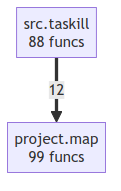
Before: project/compact_flow.png, a diagram exported from Mermaid (semcod/taskill). Its source is kept beside it as project/compact_flow.mmd.
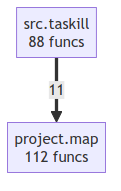
Above is the later version.

Change to the diagram source:
```diff
@@ -1,4 +1,4 @@
 flowchart TD
-    project__map["project.map<br/>99 funcs"]
+    project__map["project.map<br/>112 funcs"]
     src__taskill["src.taskill<br/>88 funcs"]
-    src__taskill ==>|12| project__map
+    src__taskill ==>|11| project__map
```
